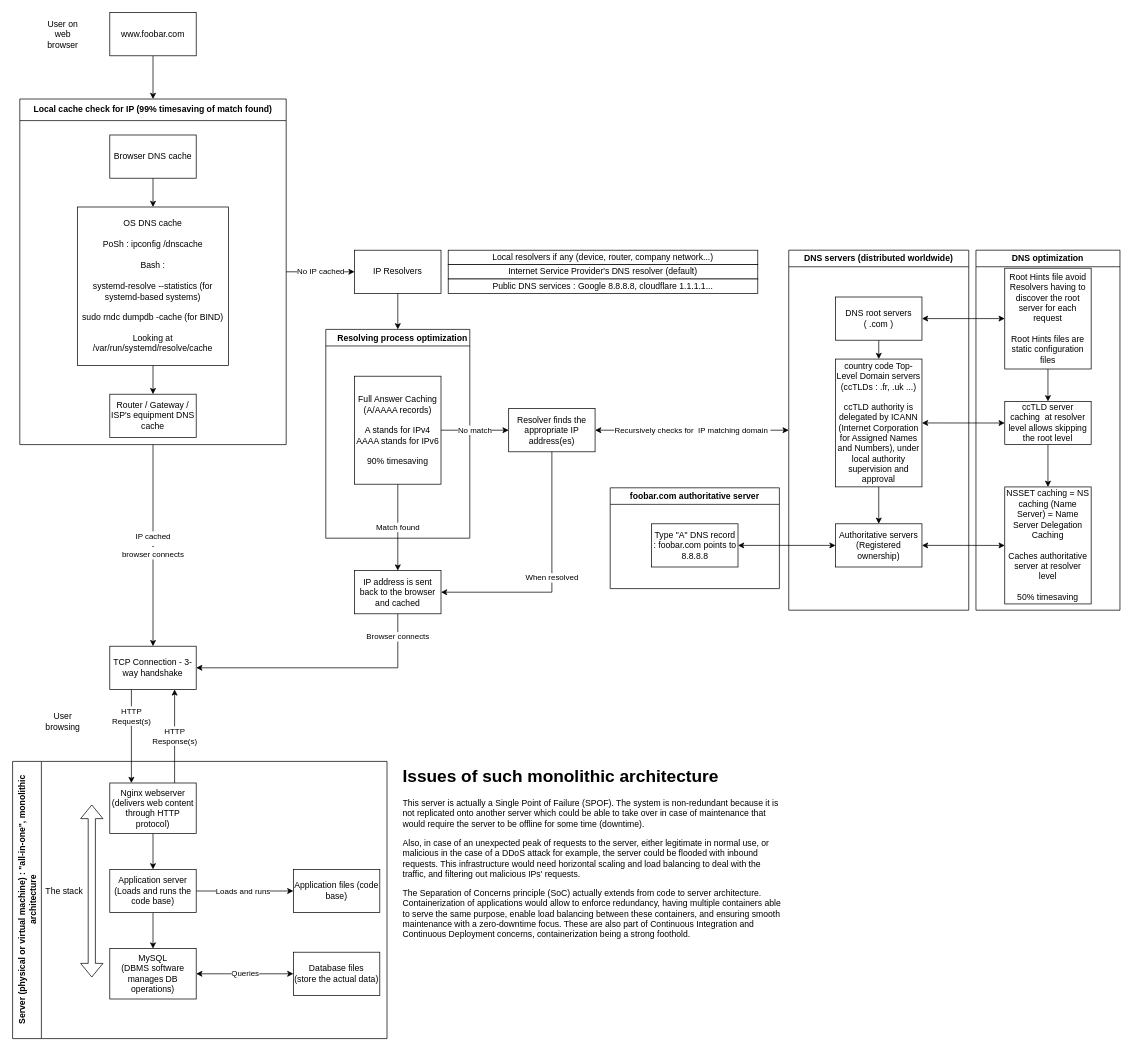
The draw.io diagram web_infrastructure_design/0-simple_web_stack.drawio in jmitchell35/holbertonschool-system_engineering-devops, before the edit. Source tidied: cells renumbered, new cells numbered last; positions are measured from the earlier drawing's top-left corner, leaving out a move shared by most shapes. Both pictures are drawn from the tidied source at 72%, with x=0, y=0 at pixel (12, 12).
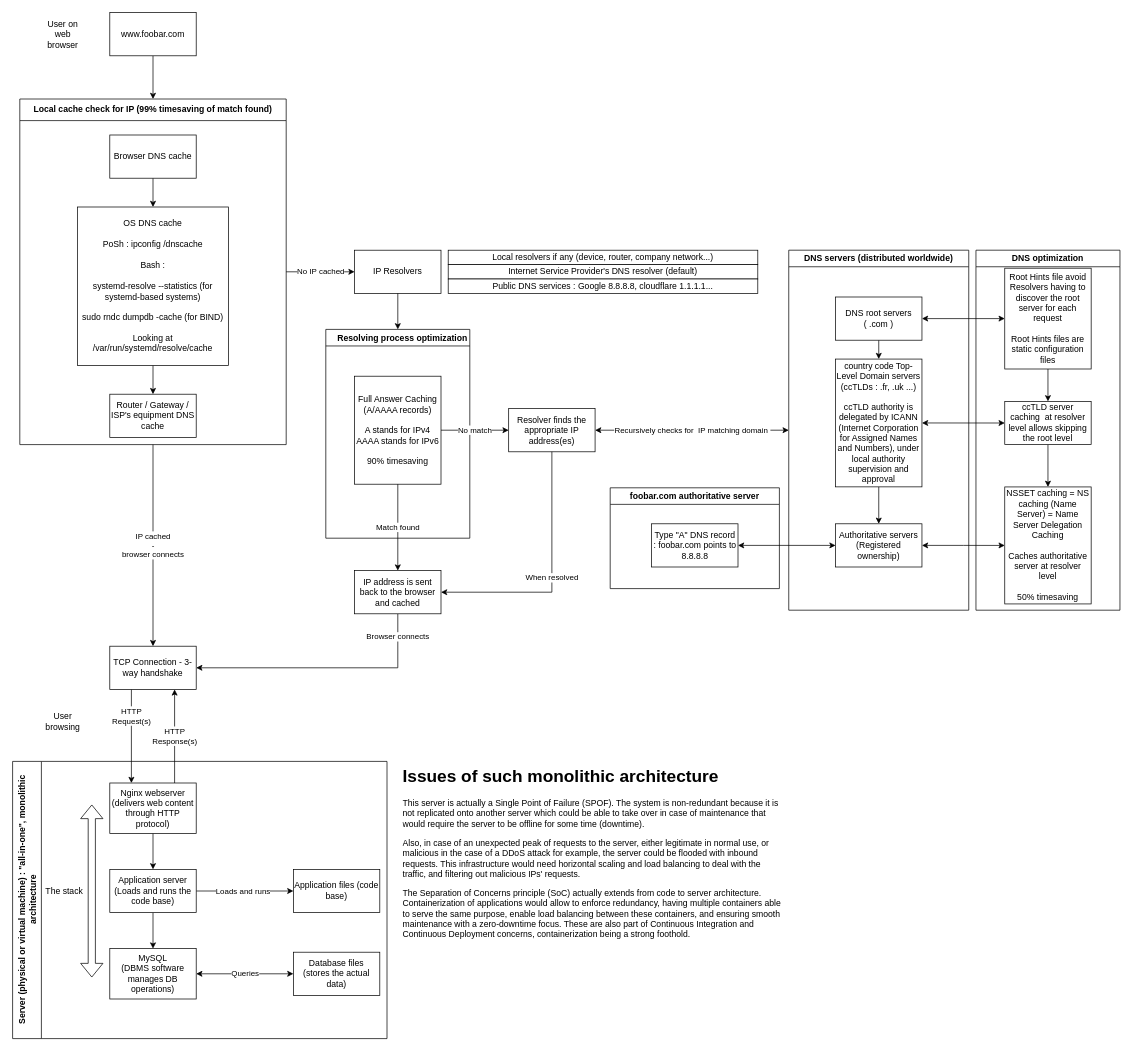
The same diagram, later.

Commit message:
Few typos corrected

The change refers to these unchanged cells:
```xml
<mxCell id="2" value="Server (physical or virtual machine) : &quot;all-in-one&quot;, monolithic architecture" style="swimlane;horizontal=0;whiteSpace=wrap;html=1;startSize=40;" parent="1" vertex="1">
  <mxGeometry y="1040" width="520" height="385" as="geometry" />
</mxCell>
```

Diff of the diagram source:
```diff
@@
-    <mxCell id="10" value="&lt;div&gt;Database files&lt;/div&gt;&lt;div&gt;(store the actual data)&lt;/div&gt;" style="rounded=0;whiteSpace=wrap;html=1;" parent="2" vertex="1">
+    <mxCell id="10" value="&lt;div&gt;Database files&lt;/div&gt;&lt;div&gt;(stores the actual data)&lt;/div&gt;" style="rounded=0;whiteSpace=wrap;html=1;" parent="2" vertex="1">
       <mxGeometry x="390" y="265" width="120" height="60" as="geometry" />
     </mxCell>
```
